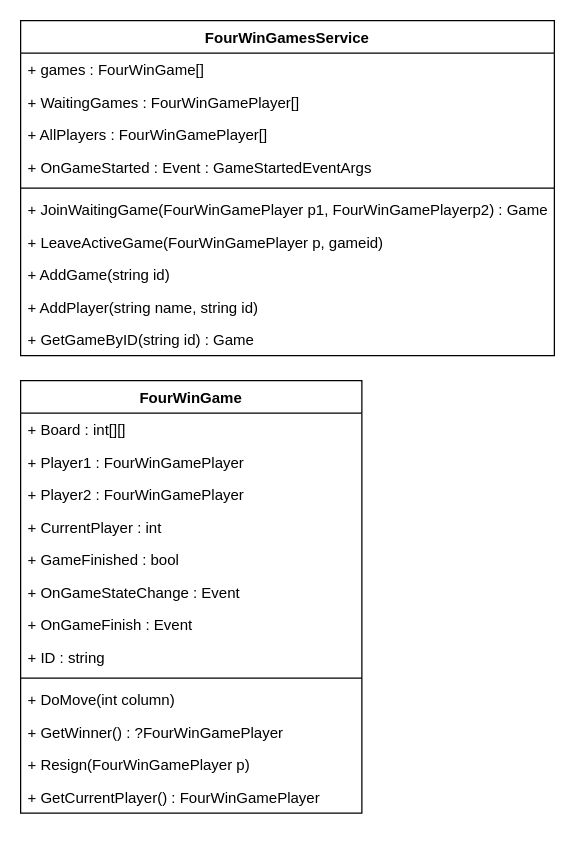
JonasKrammerInfoteam/MiniprojektMultiplayerGame keeps this draw.io diagram as page "BusinessLogic" (1 of 4) of 4WinsGame/4WinGame/Architecture/20230217SRs(Klassendiagramme).drawio. Above is the earlier version. Source tidied: cells renumbered, new cells numbered last; positions are measured from the earlier drawing's top-left corner, leaving out a move shared by most shapes. Both pictures are drawn from the tidied source at 125%, with x=0, y=0 at pixel (20, 20).
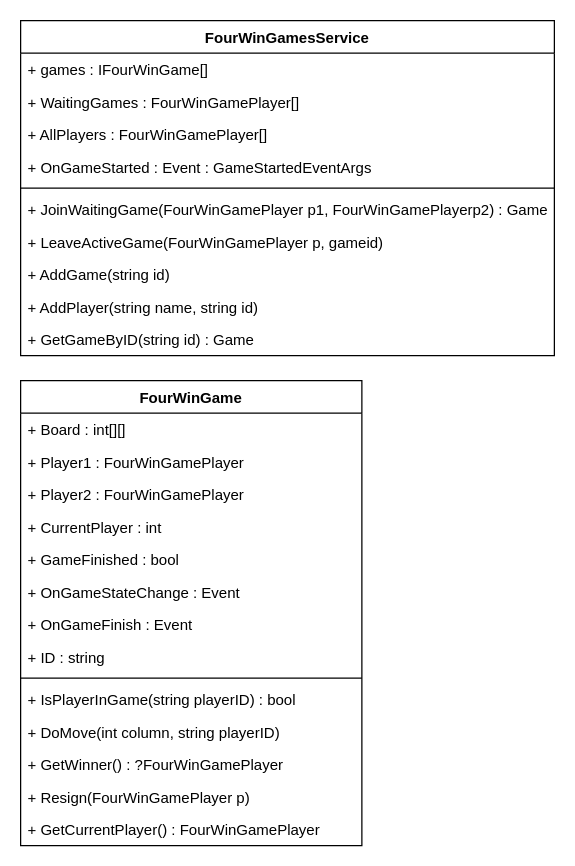
The same diagram, later.

The change refers to these unchanged cells:
```xml
<mxCell id="16" value="FourWinGamesService" style="swimlane;fontStyle=1;align=center;verticalAlign=top;horizontal=1;startSize=26;" parent="1" vertex="1">
  <mxGeometry width="427" height="268" as="geometry" />
</mxCell>
```

Diff of the diagram source:
```diff
@@
     <mxCell id="2" value="FourWinGame" style="swimlane;fontStyle=1;align=center;verticalAlign=top;horizontal=1;startSize=26;" parent="1" vertex="1">
-      <mxGeometry y="288" width="273" height="346" as="geometry" />
+      <mxGeometry y="288" width="273" height="372" as="geometry" />
     </mxCell>
@@
+    <mxCell id="27" value="+ IsPlayerInGame(string playerID) : bool" style="text;strokeColor=none;fillColor=none;align=left;verticalAlign=top;spacingLeft=4;spacingRight=4;overflow=hidden;" parent="2" vertex="1">
+      <mxGeometry y="242" width="273" height="26" as="geometry" />
+    </mxCell>
-    <mxCell id="12" value="+ DoMove(int column)" style="text;strokeColor=none;fillColor=none;align=left;verticalAlign=top;spacingLeft=4;spacingRight=4;overflow=hidden;" parent="2" vertex="1">
-      <mxGeometry y="242" width="273" height="26" as="geometry" />
+    <mxCell id="12" value="+ DoMove(int column, string playerID)" style="text;strokeColor=none;fillColor=none;align=left;verticalAlign=top;spacingLeft=4;spacingRight=4;overflow=hidden;" parent="2" vertex="1">
+      <mxGeometry y="268" width="273" height="26" as="geometry" />
     </mxCell>
     <mxCell id="13" value="+ GetWinner() : ?FourWinGamePlayer" style="text;strokeColor=none;fillColor=none;align=left;verticalAlign=top;spacingLeft=4;spacingRight=4;overflow=hidden;" parent="2" vertex="1">
-      <mxGeometry y="268" width="273" height="26" as="geometry" />
+      <mxGeometry y="294" width="273" height="26" as="geometry" />
     </mxCell>
     <mxCell id="14" value="+ Resign(FourWinGamePlayer p)" style="text;strokeColor=none;fillColor=none;align=left;verticalAlign=top;spacingLeft=4;spacingRight=4;overflow=hidden;" parent="2" vertex="1">
-      <mxGeometry y="294" width="273" height="26" as="geometry" />
+      <mxGeometry y="320" width="273" height="26" as="geometry" />
     </mxCell>
     <mxCell id="15" value="+ GetCurrentPlayer() : FourWinGamePlayer " style="text;strokeColor=none;fillColor=none;align=left;verticalAlign=top;spacingLeft=4;spacingRight=4;overflow=hidden;" parent="2" vertex="1">
-      <mxGeometry y="320" width="273" height="26" as="geometry" />
+      <mxGeometry y="346" width="273" height="26" as="geometry" />
     </mxCell>
@@
-    <mxCell id="17" value="+ games : FourWinGame[]" style="text;strokeColor=none;fillColor=none;align=left;verticalAlign=top;spacingLeft=4;spacingRight=4;overflow=hidden;" parent="16" vertex="1">
+    <mxCell id="17" value="+ games : IFourWinGame[]" style="text;strokeColor=none;fillColor=none;align=left;verticalAlign=top;spacingLeft=4;spacingRight=4;overflow=hidden;" parent="16" vertex="1">
       <mxGeometry y="26" width="427" height="26" as="geometry" />
     </mxCell>
```
